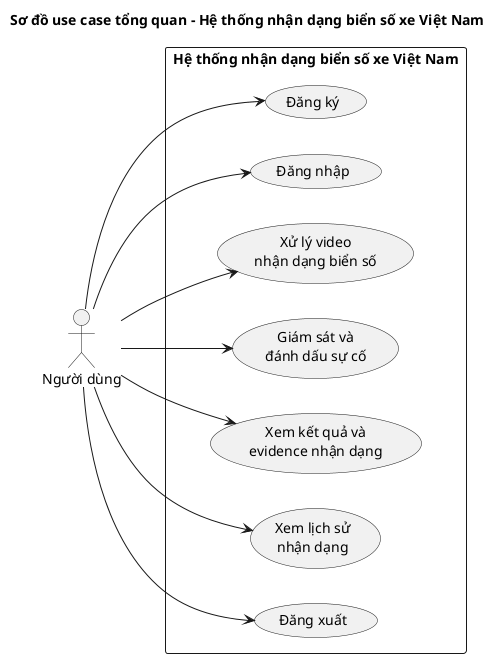
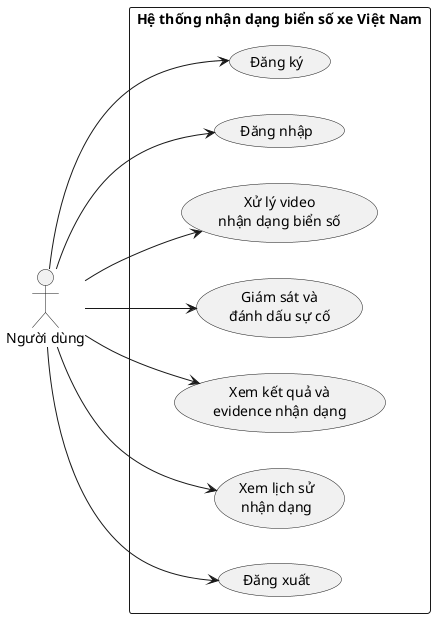
@startuml
- title Sơ đồ use case tổng quan - Hệ thống nhận dạng biển số xe Việt Nam
- 
left to right direction
skinparam actorStyle stickman

actor "Người dùng" as User

rectangle "Hệ thống nhận dạng biển số xe Việt Nam" {
  usecase "Đăng ký" as UC_Register
  usecase "Đăng nhập" as UC_Login
  usecase "Xử lý video\nnhận dạng biển số" as UC_ProcessVideo
  usecase "Giám sát và\nđánh dấu sự cố" as UC_Monitor
  usecase "Xem kết quả và\nevidence nhận dạng" as UC_Result
  usecase "Xem lịch sử\nnhận dạng" as UC_History
  usecase "Đăng xuất" as UC_Logout
}

User --> UC_Register
User --> UC_Login
User --> UC_ProcessVideo
User --> UC_Monitor
User --> UC_Result
User --> UC_History
User --> UC_Logout

@enduml